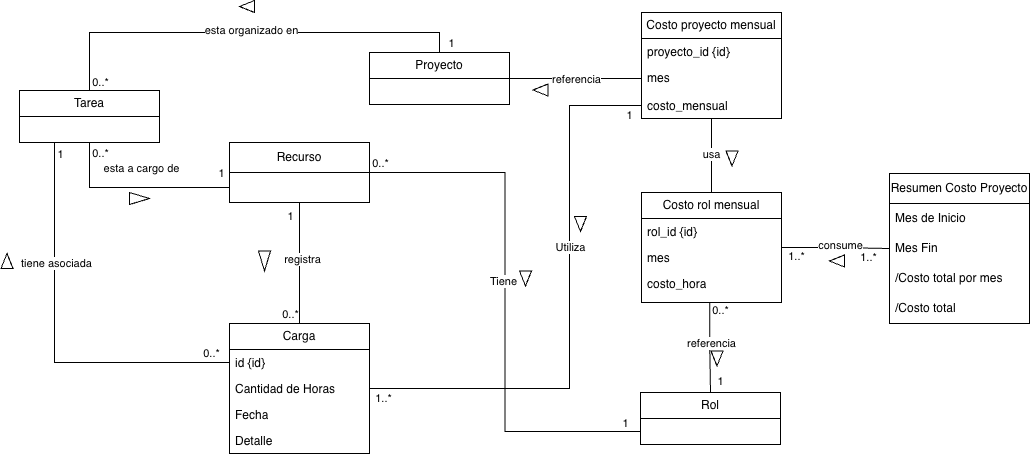
This is docs/modelo-de-dominio-tribu.png from oswald1511/front-tribu-f, a draw.io export, as it was before one commit. Source tidied: cells renumbered, new cells last; positions are measured from the earlier drawing's top-left corner, leaving out a move shared by most shapes.
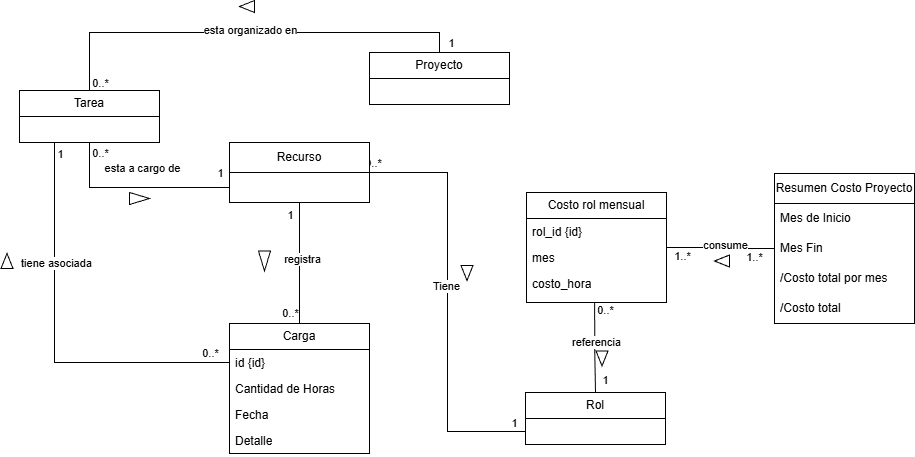
The same file after the commit.

Commit message:
Cambio en el mdd, dejamos de usar la entidad costoProyectoMensual

Diff of the diagram source:
```diff
@@ -17,18 +17,6 @@
     <mxCell id="6" value="Detalle" style="text;strokeColor=none;fillColor=none;align=left;verticalAlign=top;spacingLeft=4;spacingRight=4;overflow=hidden;whiteSpace=wrap;html=1;" parent="2" vertex="1">
       <mxGeometry y="104" width="140" height="26" as="geometry" />
     </mxCell>
-    <mxCell id="7" value="Costo proyecto mensual" style="swimlane;fontStyle=0;horizontal=1;startSize=26;fillColor=none;whiteSpace=wrap;html=1;" parent="1" vertex="1">
-      <mxGeometry x="642" y="12" width="140" height="106" as="geometry" />
-    </mxCell>
-    <mxCell id="8" value="proyecto_id {id}" style="text;strokeColor=none;fillColor=none;align=left;verticalAlign=top;spacingLeft=4;spacingRight=4;overflow=hidden;whiteSpace=wrap;html=1;" parent="7" vertex="1">
-      <mxGeometry y="26" width="140" height="26" as="geometry" />
-    </mxCell>
-    <mxCell id="9" value="mes" style="text;strokeColor=none;fillColor=none;align=left;verticalAlign=top;spacingLeft=4;spacingRight=4;overflow=hidden;points=[[0,0.5],[1,0.5]];portConstraint=eastwest;whiteSpace=wrap;html=1;" parent="7" vertex="1">
-      <mxGeometry y="52" width="140" height="28" as="geometry" />
-    </mxCell>
-    <mxCell id="10" value="costo_mensual" style="text;strokeColor=none;fillColor=none;align=left;verticalAlign=top;spacingLeft=4;spacingRight=4;overflow=hidden;points=[[0,0.5],[1,0.5]];portConstraint=eastwest;whiteSpace=wrap;html=1;" parent="7" vertex="1">
-      <mxGeometry y="80" width="140" height="26" as="geometry" />
-    </mxCell>
     <mxCell id="11" style="edgeStyle=orthogonalEdgeStyle;rounded=0;jettySize=auto;html=1;exitX=0.5;exitY=1;exitDx=0;exitDy=0;endArrow=none;endFill=0;" parent="1" edge="1" source="19" target="2">
       <mxGeometry relative="1" as="geometry">
         <Array as="points">
@@ -88,7 +76,7 @@
       </mxGeometry>
     </mxCell>
     <mxCell id="24" value="Costo rol mensual" style="swimlane;fontStyle=0;horizontal=1;startSize=26;fillColor=none;whiteSpace=wrap;html=1;" parent="1" vertex="1">
-      <mxGeometry x="642" y="192" width="140" height="110" as="geometry" />
+      <mxGeometry x="527" y="192" width="140" height="110" as="geometry" />
     </mxCell>
     <mxCell id="25" value="rol_id {id}" style="text;strokeColor=none;fillColor=none;align=left;verticalAlign=top;spacingLeft=4;spacingRight=4;overflow=hidden;whiteSpace=wrap;html=1;" parent="24" vertex="1">
       <mxGeometry y="26" width="140" height="26" as="geometry" />
@@ -137,16 +125,10 @@
       </mxGeometry>
     </mxCell>
     <mxCell id="37" value="Rol" style="swimlane;fontStyle=0;horizontal=1;startSize=26;fillColor=none;whiteSpace=wrap;html=1;" parent="1" vertex="1">
-      <mxGeometry x="641" y="392" width="140" height="52" as="geometry" />
+      <mxGeometry x="526" y="392" width="140" height="52" as="geometry" />
     </mxCell>
-    <mxCell id="38" style="endArrow=none;html=1;rounded=0;exitX=0;exitY=0.5;exitDx=0;exitDy=0;entryX=1;entryY=0.5;entryDx=0;entryDy=0;shape=wire;dashed=1;endFill=0;" parent="1" edge="1" source="9" target="32">
-      <mxGeometry relative="1" as="geometry" />
-    </mxCell>
-    <mxCell id="39" value="referencia" style="edgeLabel;html=1;align=center;verticalAlign=middle;" parent="38" vertex="1">
-      <mxGeometry x="-0.02" relative="1" as="geometry" />
-    </mxCell>
     <mxCell id="40" value="Resumen Costo Proyecto" style="swimlane;fontStyle=0;horizontal=1;startSize=30;whiteSpace=wrap;html=1;" parent="1" vertex="1">
-      <mxGeometry x="890" y="173" width="140" height="150" as="geometry" />
+      <mxGeometry x="775" y="173" width="140" height="150" as="geometry" />
     </mxCell>
     <mxCell id="41" value="Mes de Inicio" style="text;strokeColor=none;fillColor=none;align=left;verticalAlign=middle;spacingLeft=4;spacingRight=4;overflow=hidden;whiteSpace=wrap;html=1;" parent="40" vertex="1">
       <mxGeometry y="30" width="140" height="30" as="geometry" />
@@ -160,9 +142,6 @@
     <mxCell id="44" value="/Costo total" style="text;strokeColor=none;fillColor=none;align=left;verticalAlign=middle;spacingLeft=4;spacingRight=4;overflow=hidden;whiteSpace=wrap;html=1;" parent="40" vertex="1">
       <mxGeometry y="120" width="140" height="30" as="geometry" />
     </mxCell>
-    <mxCell id="45" value="usa" style="endArrow=none;html=1;rounded=0;exitX=0.5;exitY=1;exitDx=0;exitDy=0;entryX=0.5;entryY=0;entryDx=0;entryDy=0;endFill=0;" parent="1" edge="1" source="7" target="24">
-      <mxGeometry relative="1" as="geometry" />
-    </mxCell>
     <mxCell id="46" style="edgeStyle=orthogonalEdgeStyle;rounded=0;jettySize=auto;html=1;entryX=0;entryY=0.75;entryDx=0;entryDy=0;shape=wire;dashed=1;endArrow=none;endFill=0;exitX=0.5;exitY=1;exitDx=0;exitDy=0;" parent="1" edge="1" source="50" target="19">
       <mxGeometry relative="1" as="geometry">
         <Array as="points">
@@ -189,14 +168,8 @@
       <mxGeometry x="20" y="90" width="140" height="52" as="geometry" />
     </mxCell>
     <mxCell id="51" style="triangle;whiteSpace=wrap;html=1;rotation=90;" parent="1" vertex="1">
-      <mxGeometry x="710" y="352" width="15" height="12" as="geometry" />
+      <mxGeometry x="595" y="352" width="15" height="12" as="geometry" />
     </mxCell>
-    <mxCell id="52" style="triangle;whiteSpace=wrap;html=1;rotation=90;" parent="1" vertex="1">
-      <mxGeometry x="725" y="152" width="15" height="12" as="geometry" />
-    </mxCell>
-    <mxCell id="53" style="triangle;whiteSpace=wrap;html=1;rotation=-180;" parent="1" vertex="1">
-      <mxGeometry x="533.5" y="83.5" width="15" height="12" as="geometry" />
-    </mxCell>
     <mxCell id="54" style="edgeStyle=orthogonalEdgeStyle;rounded=0;jettySize=auto;html=1;exitX=0.25;exitY=1;exitDx=0;exitDy=0;entryX=0;entryY=0.5;entryDx=0;entryDy=0;endArrow=none;endFill=0;" parent="1" edge="1" source="50" target="3">
       <mxGeometry relative="1" as="geometry" />
     </mxCell>
@@ -220,38 +193,11 @@
       <mxGeometry x="240" width="15" height="12" as="geometry" />
     </mxCell>
     <mxCell id="60" style="triangle;whiteSpace=wrap;html=1;rotation=90;" parent="1" vertex="1">
-      <mxGeometry x="518.5" y="272" width="15" height="12" as="geometry" />
+      <mxGeometry x="460" y="266.5" width="15" height="12" as="geometry" />
     </mxCell>
-    <mxCell id="61" style="edgeStyle=orthogonalEdgeStyle;rounded=0;jettySize=auto;html=1;exitX=1;exitY=0.5;exitDx=0;exitDy=0;entryX=0;entryY=0.5;entryDx=0;entryDy=0;endArrow=none;endFill=0;" parent="1" edge="1" source="4" target="10">
-      <mxGeometry relative="1" as="geometry">
-        <Array as="points">
-          <mxPoint x="570" y="388" />
-          <mxPoint x="570" y="105" />
-        </Array>
-      </mxGeometry>
-    </mxCell>
-    <mxCell id="62" value="&lt;div&gt;1&lt;/div&gt;&lt;div&gt;&lt;br&gt;&lt;/div&gt;" style="edgeLabel;html=1;align=center;verticalAlign=middle;" parent="61" vertex="1">
-      <mxGeometry x="0.95" y="-1" relative="1" as="geometry">
-        <mxPoint y="15" as="offset" />
-      </mxGeometry>
-    </mxCell>
-    <mxCell id="63" value="1..*" style="edgeLabel;html=1;align=center;verticalAlign=middle;" parent="61" vertex="1">
-      <mxGeometry x="-0.95" relative="1" as="geometry">
-        <mxPoint y="9" as="offset" />
-      </mxGeometry>
-    </mxCell>
-    <mxCell id="64" value="Utiliza" style="edgeLabel;html=1;align=center;verticalAlign=middle;" parent="61" vertex="1">
-      <mxGeometry x="0.23" relative="1" as="geometry" />
-    </mxCell>
-    <mxCell id="65" value="&lt;div&gt;&lt;br&gt;&lt;/div&gt;" style="edgeLabel;html=1;align=center;verticalAlign=middle;" parent="61" vertex="1">
-      <mxGeometry x="0.23" y="-1" relative="1" as="geometry" />
-    </mxCell>
     <mxCell id="66" style="triangle;whiteSpace=wrap;html=1;rotation=-180;" parent="1" vertex="1">
-      <mxGeometry x="830" y="254.5" width="15" height="12" as="geometry" />
+      <mxGeometry x="715" y="254.5" width="15" height="12" as="geometry" />
     </mxCell>
-    <mxCell id="67" style="triangle;whiteSpace=wrap;html=1;rotation=90;" parent="1" vertex="1">
-      <mxGeometry x="573.5" y="217.5" width="15" height="12" as="geometry" />
-    </mxCell>
     <mxCell id="68" style="triangle;whiteSpace=wrap;html=1;rotation=-90;" parent="1" vertex="1">
       <mxGeometry y="254.5" width="15" height="12" as="geometry" />
     </mxCell>
```
